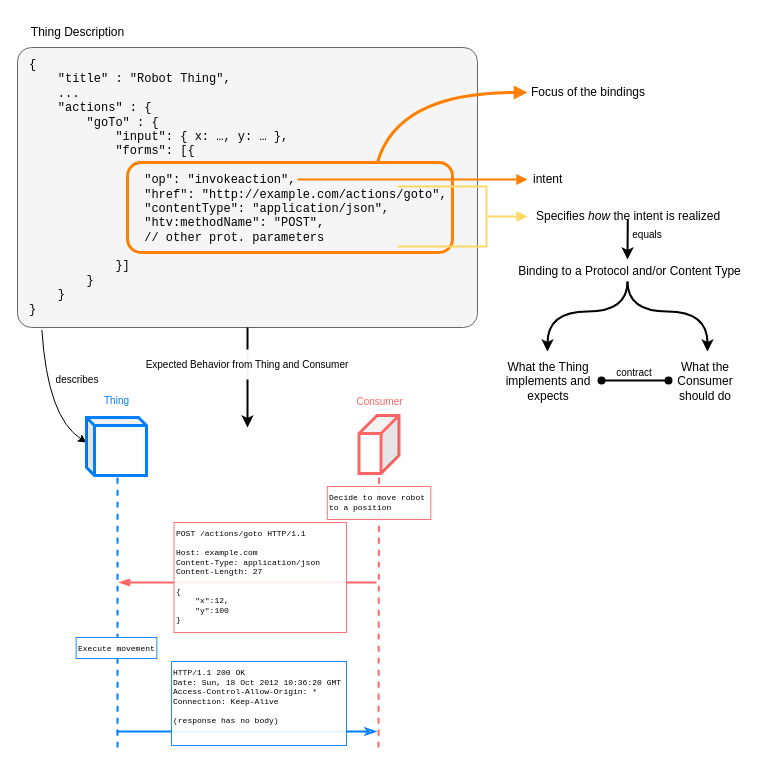
This is images/binding-mechanism.drawio from w3c/wot-binding-templates, a draw.io file, before an edit. Source tidied: cells renumbered, new cells numbered last; positions are measured from the earlier drawing's top-left corner, leaving out a move shared by most shapes. Both pictures are drawn from the tidied source at 100%, with x=0, y=0 at pixel (17, 17).
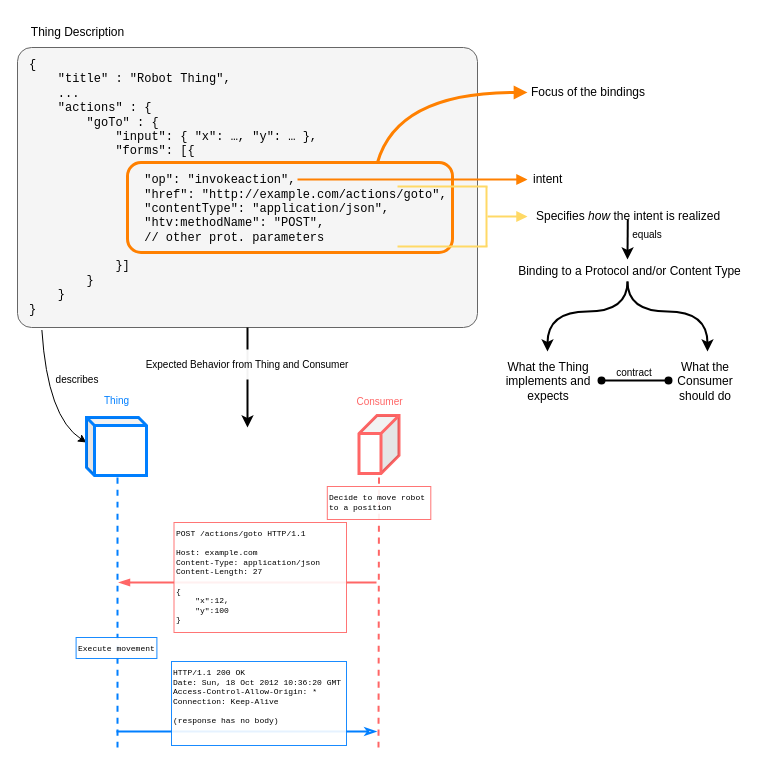
Above is the later version.

What changed in the source:
```diff
@@
-    <mxCell id="3" value="&lt;div&gt;{&lt;/div&gt;&lt;div&gt;&amp;nbsp; &amp;nbsp; &quot;title&quot; : &quot;Robot Thing&quot;,&lt;br&gt;&lt;/div&gt;&lt;div&gt;&amp;nbsp; &amp;nbsp; ...&lt;/div&gt;&lt;div&gt;&amp;nbsp; &amp;nbsp; &quot;actions&quot; : {&lt;/div&gt;&lt;div&gt;&amp;nbsp; &amp;nbsp; &amp;nbsp; &amp;nbsp; &quot;goTo&quot; : {&lt;/div&gt;&lt;div&gt;&lt;span style=&quot;white-space: pre;&quot;&gt;&#9;&lt;/span&gt;&amp;nbsp; &amp;nbsp; &quot;input&quot;: { x: …, y: … },&lt;/div&gt;&lt;div&gt;&lt;span style=&quot;white-space: pre;&quot;&gt;&#9;&lt;/span&gt;&amp;nbsp; &amp;nbsp; &quot;forms&quot;: [{&lt;/div&gt;&lt;div&gt;&lt;br&gt;&lt;/div&gt;&lt;div&gt;&lt;span style=&quot;background-color: initial;&quot;&gt;&lt;span style=&quot;white-space: pre;&quot;&gt;&#9;&lt;/span&gt;&lt;span style=&quot;white-space: pre;&quot;&gt;&#9;&lt;/span&gt;&quot;op&quot;: &quot;invokeaction&quot;,&lt;/span&gt;&lt;/div&gt;&lt;div&gt;&lt;span style=&quot;background-color: initial;&quot;&gt;&lt;span style=&quot;white-space: pre;&quot;&gt;&#9;&lt;/span&gt;&lt;span style=&quot;white-space: pre;&quot;&gt;&#9;&lt;/span&gt;&quot;href&quot;: &quot;http://example.com/actions/goto&quot;,&lt;/span&gt;&lt;/div&gt;&lt;div&gt;&lt;span style=&quot;background-color: initial;&quot;&gt;&lt;span style=&quot;white-space: pre;&quot;&gt;&#9;&lt;/span&gt;&lt;span style=&quot;white-space: pre;&quot;&gt;&#9;&lt;/span&gt;&quot;contentType&quot;: &quot;application/json&quot;,&lt;/span&gt;&lt;/div&gt;&lt;div&gt;&lt;span style=&quot;background-color: initial;&quot;&gt;&lt;span style=&quot;white-space: pre;&quot;&gt;&#9;&lt;/span&gt;&lt;span style=&quot;white-space: pre;&quot;&gt;&#9;&lt;/span&gt;&quot;htv:methodName&quot;: &quot;POST&quot;,&lt;/span&gt;&lt;/div&gt;&lt;div&gt;&lt;span style=&quot;background-color: initial;&quot;&gt;&lt;span style=&quot;white-space: pre;&quot;&gt;&#9;&lt;/span&gt;&lt;span style=&quot;white-space: pre;&quot;&gt;&#9;&lt;/span&gt;// other prot. parameters&lt;/span&gt;&lt;/div&gt;&lt;div&gt;&lt;span style=&quot;background-color: initial;&quot;&gt;&lt;br&gt;&lt;/span&gt;&lt;/div&gt;&lt;div&gt;&lt;span style=&quot;white-space: pre;&quot;&gt;&#9;&amp;nbsp;&lt;/span&gt;&amp;nbsp; &amp;nbsp;}]&lt;/div&gt;&lt;div&gt;&lt;span style=&quot;white-space: pre;&quot;&gt;&#9;&lt;/span&gt;}&lt;/div&gt;&lt;div&gt;&amp;nbsp; &amp;nbsp; }&lt;/div&gt;&lt;div&gt;}&lt;/div&gt;" style="text;html=1;strokeColor=none;fillColor=none;align=left;verticalAlign=middle;whiteSpace=wrap;rounded=0;fontFamily=Courier New;" parent="1" vertex="1">
+    <mxCell id="3" value="&lt;div&gt;{&lt;/div&gt;&lt;div&gt;&amp;nbsp; &amp;nbsp; &quot;title&quot; : &quot;Robot Thing&quot;,&lt;br&gt;&lt;/div&gt;&lt;div&gt;&amp;nbsp; &amp;nbsp; ...&lt;/div&gt;&lt;div&gt;&amp;nbsp; &amp;nbsp; &quot;actions&quot; : {&lt;/div&gt;&lt;div&gt;&amp;nbsp; &amp;nbsp; &amp;nbsp; &amp;nbsp; &quot;goTo&quot; : {&lt;/div&gt;&lt;div&gt;&lt;span style=&quot;white-space: pre;&quot;&gt;&#9;&lt;/span&gt;&amp;nbsp; &amp;nbsp; &quot;input&quot;: { &quot;x&quot;: …, &quot;y&quot;: … },&lt;/div&gt;&lt;div&gt;&lt;span style=&quot;white-space: pre;&quot;&gt;&#9;&lt;/span&gt;&amp;nbsp; &amp;nbsp; &quot;forms&quot;: [{&lt;/div&gt;&lt;div&gt;&lt;br&gt;&lt;/div&gt;&lt;div&gt;&lt;span style=&quot;background-color: initial;&quot;&gt;&lt;span style=&quot;white-space: pre;&quot;&gt;&#9;&lt;/span&gt;&lt;span style=&quot;white-space: pre;&quot;&gt;&#9;&lt;/span&gt;&quot;op&quot;: &quot;invokeaction&quot;,&lt;/span&gt;&lt;/div&gt;&lt;div&gt;&lt;span style=&quot;background-color: initial;&quot;&gt;&lt;span style=&quot;white-space: pre;&quot;&gt;&#9;&lt;/span&gt;&lt;span style=&quot;white-space: pre;&quot;&gt;&#9;&lt;/span&gt;&quot;href&quot;: &quot;http://example.com/actions/goto&quot;,&lt;/span&gt;&lt;/div&gt;&lt;div&gt;&lt;span style=&quot;background-color: initial;&quot;&gt;&lt;span style=&quot;white-space: pre;&quot;&gt;&#9;&lt;/span&gt;&lt;span style=&quot;white-space: pre;&quot;&gt;&#9;&lt;/span&gt;&quot;contentType&quot;: &quot;application/json&quot;,&lt;/span&gt;&lt;/div&gt;&lt;div&gt;&lt;span style=&quot;background-color: initial;&quot;&gt;&lt;span style=&quot;white-space: pre;&quot;&gt;&#9;&lt;/span&gt;&lt;span style=&quot;white-space: pre;&quot;&gt;&#9;&lt;/span&gt;&quot;htv:methodName&quot;: &quot;POST&quot;,&lt;/span&gt;&lt;/div&gt;&lt;div&gt;&lt;span style=&quot;background-color: initial;&quot;&gt;&lt;span style=&quot;white-space: pre;&quot;&gt;&#9;&lt;/span&gt;&lt;span style=&quot;white-space: pre;&quot;&gt;&#9;&lt;/span&gt;// other prot. parameters&lt;/span&gt;&lt;/div&gt;&lt;div&gt;&lt;span style=&quot;background-color: initial;&quot;&gt;&lt;br&gt;&lt;/span&gt;&lt;/div&gt;&lt;div&gt;&lt;span style=&quot;white-space: pre;&quot;&gt;&#9;&amp;nbsp;&lt;/span&gt;&amp;nbsp; &amp;nbsp;}]&lt;/div&gt;&lt;div&gt;&lt;span style=&quot;white-space: pre;&quot;&gt;&#9;&lt;/span&gt;}&lt;/div&gt;&lt;div&gt;&amp;nbsp; &amp;nbsp; }&lt;/div&gt;&lt;div&gt;}&lt;/div&gt;" style="text;html=1;strokeColor=none;fillColor=none;align=left;verticalAlign=middle;whiteSpace=wrap;rounded=0;fontFamily=Courier New;" parent="1" vertex="1">
       <mxGeometry x="10" y="60" width="525" height="220" as="geometry" />
     </mxCell>
```
